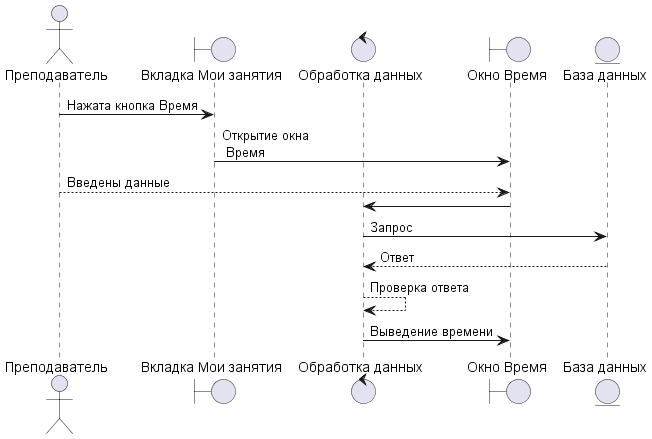
Above: UML/out/Posledovatelnosty/PoVivedenieVremeniTeacher/PoVivedenieVremeniTeacher.wsd.png in Undetaker45/MDKP (PlantUML), before the change.
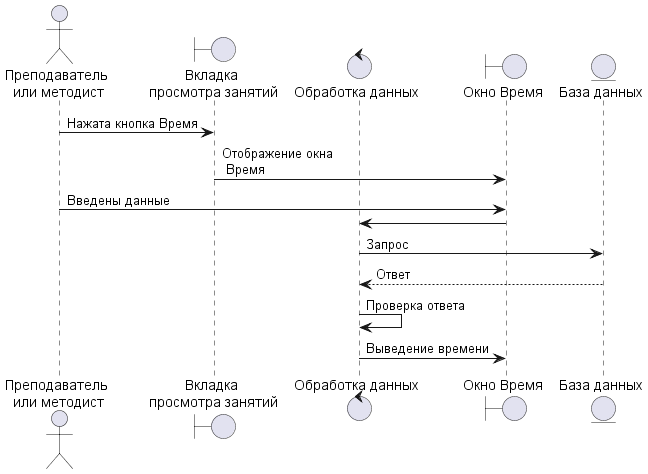
Later version of the same file.

Change to the diagram source:
```diff
@@ -1,8 +1,8 @@
 @startuml PoVivedenieVremeniTeacher.wsd
 
-actor "Преподаватель" as pl
+actor "Преподаватель\n или методист" as pl
 
-boundary "Вкладка Мои занятия" as bo
+boundary "Вкладка\n просмотра занятий" as bo
 
 control "Обработка данных" as co2
 
@@ -12,9 +12,9 @@
 
 pl -> bo: Нажата кнопка Время
 
-bo -> bo1: Открытие окна\n Время
+bo -> bo1: Отображение окна\n Время
 
-pl --> bo1: Введены данные
+pl -> bo1: Введены данные
 
 bo1 -> co2
 
@@ -22,7 +22,7 @@
 
 en1 --> co2 : Ответ
 
-co2 --> co2 : Проверка ответа
+co2 -> co2 : Проверка ответа
 
 co2 -> bo1: Выведение времени
 
```
